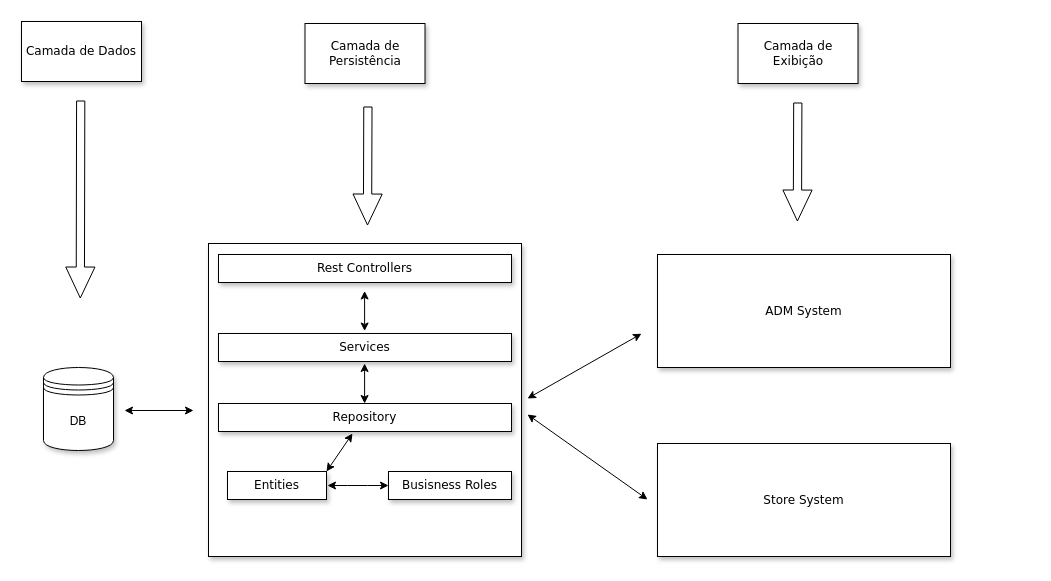
Before: arquitetura e projeto/arquitetura/camadas/diagrama de camadas.drawio.xml in Leozin89python/store-engine-project, a draw.io diagram. Source tidied: cells renumbered, new cells numbered last; positions are measured from the earlier drawing's top-left corner, leaving out a move shared by most shapes. Both pictures are drawn from the tidied source at 100%, with x=0, y=0 at pixel (21, 21).
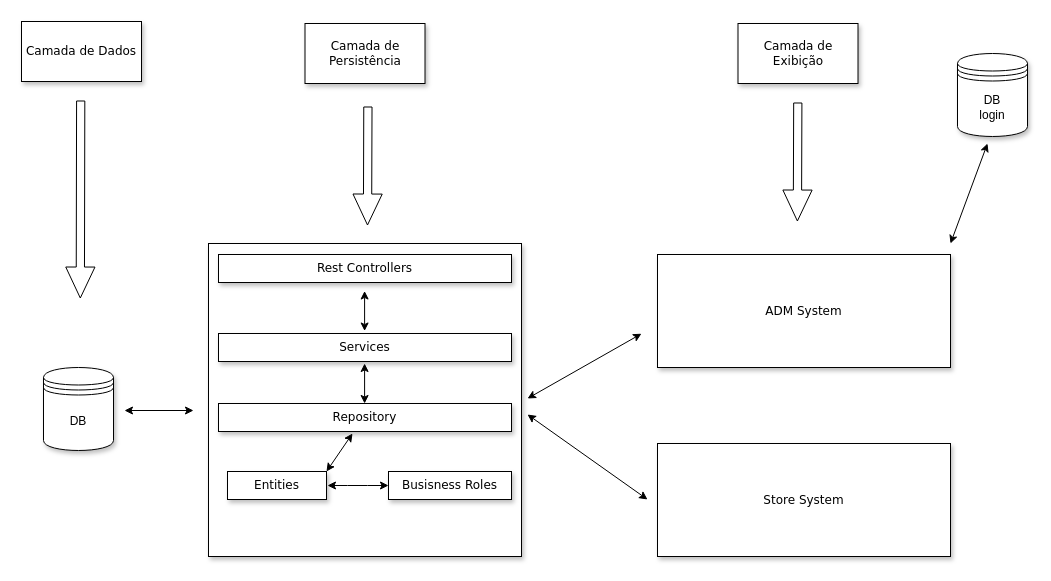
The same diagram, later.

Commit message (it also covers changes not shown here):
store-project-api-version~1.1.17

The edit, as a diff of the source:
```diff
@@
+    <mxCell id="24" value="&lt;div&gt;DB &lt;br&gt;&lt;/div&gt;&lt;div&gt;login&lt;/div&gt;" style="shape=datastore;whiteSpace=wrap;html=1;shadow=1;fillColor=#ffffff;gradientColor=#ffffff;" parent="1" vertex="1">
+      <mxGeometry x="936" y="32" width="70" height="83" as="geometry" />
+    </mxCell>
+    <mxCell id="25" style="endArrow=classic;startArrow=classic;html=1;fontFamily=Verdana;" parent="1" edge="1">
+      <mxGeometry relative="1" as="geometry">
+        <mxPoint x="929" y="222" as="sourcePoint" />
+        <mxPoint x="966" y="122" as="targetPoint" />
+      </mxGeometry>
+    </mxCell>
```
